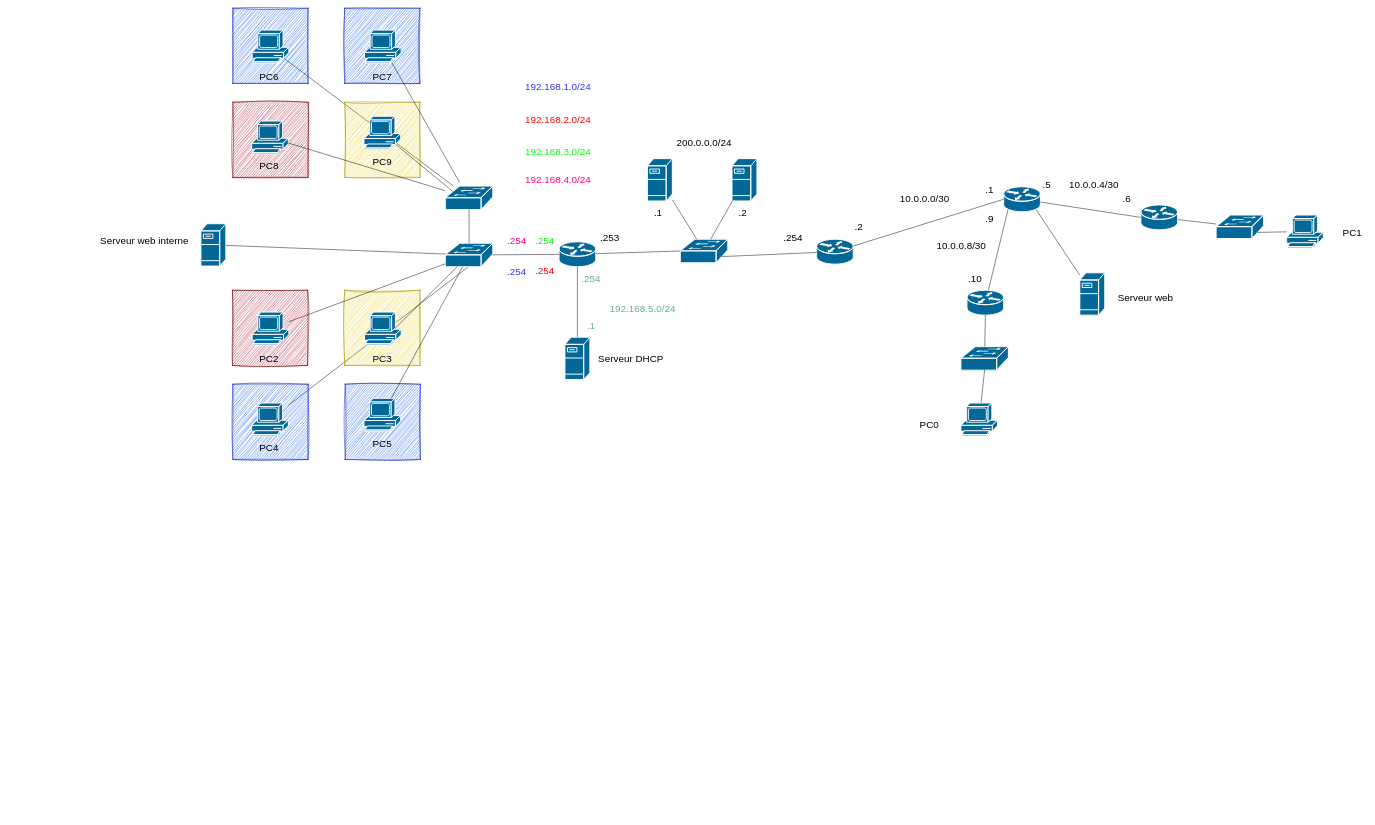
CamilleSchlegel/SAE21 keeps this draw.io diagram as schema.drawio. Above is the earlier version. Source tidied: cells renumbered, new cells numbered last; positions are measured from the earlier drawing's top-left corner, leaving out a move shared by most shapes. Both pictures are drawn from the tidied source at 47%, with x=0, y=0 at pixel (88, 8).
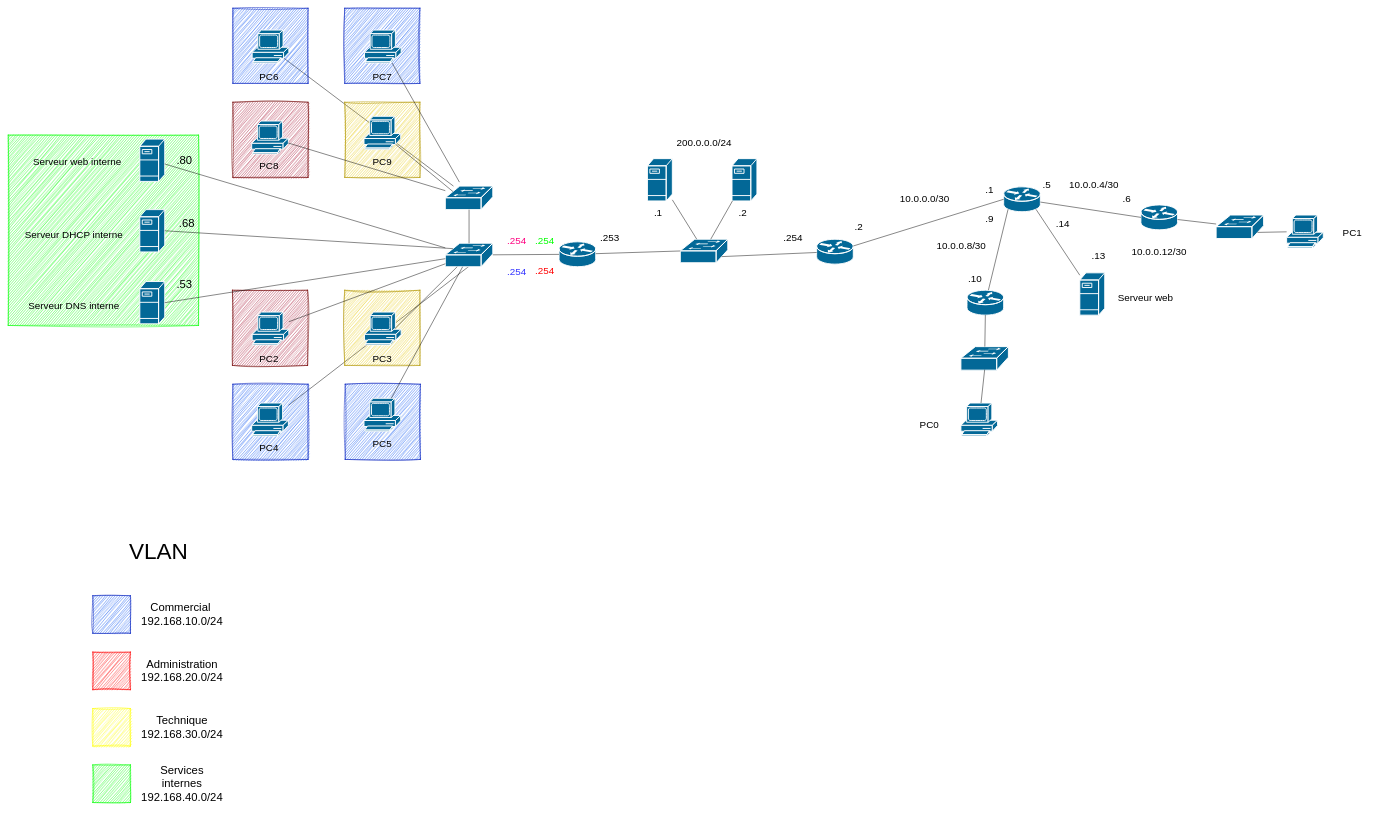
After the change.

Unchanged cells that the change refers to:
```xml
<mxCell id="14" style="shape=mxgraph.cisco.routers.router;sketch=0;html=1;dashed=0;fillColor=#036897;strokeColor=#ffffff;strokeWidth=2;verticalLabelPosition=bottom;verticalAlign=top;align=center;outlineConnect=0;" parent="1" vertex="1">
  <mxGeometry x="1002" y="497" width="78" height="53" as="geometry" />
</mxCell>
<mxCell id="15" style="shape=mxgraph.cisco.switches.workgroup_switch;sketch=0;html=1;dashed=0;fillColor=#036897;strokeColor=#ffffff;strokeWidth=2;verticalLabelPosition=bottom;verticalAlign=top;align=center;outlineConnect=0;" parent="1" vertex="1">
  <mxGeometry x="760" y="500" width="101" height="50" as="geometry" />
</mxCell>
```

What changed in the source:
```diff
@@
+    <mxCell id="97" style="whiteSpace=wrap;html=1;fillColor=#00FF00;strokeColor=#00FF00;rounded=0;glass=0;sketch=1;curveFitting=1;jiggle=2;fontColor=#ffffff;" parent="1" vertex="1">
+      <mxGeometry x="-170" y="270" width="405" height="405" as="geometry" />
+    </mxCell>
+    <mxCell id="98" style="rounded=0;whiteSpace=wrap;html=1;strokeColor=#FFFFFF;fontSize=48;fillColor=none;rotation=90;" parent="1" vertex="1">
+      <mxGeometry x="-150" y="1260" width="600" height="320" as="geometry" />
+    </mxCell>
@@
-    <mxCell id="56" style="shape=mxgraph.cisco.servers.fileserver;sketch=0;html=1;dashed=0;fillColor=#036897;strokeColor=#ffffff;strokeWidth=2;verticalLabelPosition=bottom;verticalAlign=top;align=center;outlineConnect=0;" parent="1" vertex="1">
-      <mxGeometry x="1014.5" y="700" width="53" height="90" as="geometry" />
-    </mxCell>
-    <mxCell id="57" style="endArrow=none;html=1;rounded=0;exitX=0.5;exitY=1;exitDx=0;exitDy=0;exitPerimeter=0;" parent="1" edge="1" source="14" target="56">
-      <mxGeometry relative="1" as="geometry" />
-    </mxCell>
-    <mxCell id="58" value="&lt;font style=&quot;font-size: 21px;&quot; color=&quot;#3333ff&quot;&gt;192.168.1.0/24&lt;/font&gt;" style="text;html=1;strokeColor=none;fillColor=none;align=center;verticalAlign=middle;whiteSpace=wrap;rounded=0;" parent="1" vertex="1">
-      <mxGeometry x="970" y="151.5" width="60" height="30" as="geometry" />
-    </mxCell>
@@
     <mxCell id="65" value="&lt;font style=&quot;font-size: 21px;&quot;&gt;Serveur web interne&lt;br&gt;&lt;/font&gt;" style="text;html=1;strokeColor=none;fillColor=none;align=center;verticalAlign=middle;whiteSpace=wrap;rounded=0;" parent="1" vertex="1">
-      <mxGeometry y="480" width="240" height="30" as="geometry" />
+      <mxGeometry x="-143" y="310" width="240" height="30" as="geometry" />
     </mxCell>
-    <mxCell id="66" value="&lt;font style=&quot;font-size: 21px;&quot; color=&quot;#ff0000&quot;&gt;192.168.2.0/24&lt;/font&gt;" style="text;html=1;strokeColor=none;fillColor=none;align=center;verticalAlign=middle;whiteSpace=wrap;rounded=0;" parent="1" vertex="1">
-      <mxGeometry x="970" y="221.5" width="60" height="30" as="geometry" />
-    </mxCell>
-    <mxCell id="67" value="&lt;font style=&quot;font-size: 21px;&quot; color=&quot;#00ff00&quot;&gt;192.168.3.0/24&lt;/font&gt;" style="text;html=1;strokeColor=none;fillColor=none;align=center;verticalAlign=middle;whiteSpace=wrap;rounded=0;" parent="1" vertex="1">
-      <mxGeometry x="970" y="290" width="60" height="30" as="geometry" />
-    </mxCell>
@@
-    <mxCell id="71" value="&lt;font style=&quot;font-size: 21px;&quot; color=&quot;#ff0080&quot;&gt;192.168.4.0/24&lt;/font&gt;" style="text;html=1;strokeColor=none;fillColor=none;align=center;verticalAlign=middle;whiteSpace=wrap;rounded=0;" parent="1" vertex="1">
-      <mxGeometry x="970" y="350" width="60" height="30" as="geometry" />
-    </mxCell>
@@
-    <mxCell id="73" value="&lt;font style=&quot;font-size: 21px;&quot;&gt;Serveur DHCP&lt;/font&gt;" style="text;html=1;strokeColor=none;fillColor=none;align=center;verticalAlign=middle;whiteSpace=wrap;rounded=0;" parent="1" vertex="1">
-      <mxGeometry x="1050" y="730" width="210" height="30" as="geometry" />
-    </mxCell>
     <mxCell id="74" style="shape=mxgraph.cisco.servers.fileserver;sketch=0;html=1;dashed=0;fillColor=#036897;strokeColor=#ffffff;strokeWidth=2;verticalLabelPosition=bottom;verticalAlign=top;align=center;outlineConnect=0;" parent="1" vertex="1">
-      <mxGeometry x="240" y="458.5" width="53" height="90" as="geometry" />
+      <mxGeometry x="110" y="278.5" width="53" height="90" as="geometry" />
     </mxCell>
@@
-    <mxCell id="76" value="&lt;font style=&quot;font-size: 21px;&quot; color=&quot;#67ab9f&quot;&gt;192.168.5.0/24&lt;/font&gt;" style="text;html=1;strokeColor=none;fillColor=none;align=center;verticalAlign=middle;whiteSpace=wrap;rounded=0;" parent="1" vertex="1">
-      <mxGeometry x="1150" y="623" width="60" height="30" as="geometry" />
-    </mxCell>
-    <mxCell id="77" value="&lt;font style=&quot;font-size: 21px;&quot; color=&quot;#67ab9f&quot;&gt;.1&lt;/font&gt;" style="text;html=1;strokeColor=none;fillColor=none;align=center;verticalAlign=middle;whiteSpace=wrap;rounded=0;" parent="1" vertex="1">
-      <mxGeometry x="1040" y="660" width="60" height="30" as="geometry" />
-    </mxCell>
-    <mxCell id="78" value="&lt;font style=&quot;font-size: 21px;&quot; color=&quot;#67ab9f&quot;&gt;.254&lt;/font&gt;" style="text;html=1;strokeColor=none;fillColor=none;align=center;verticalAlign=middle;whiteSpace=wrap;rounded=0;" parent="1" vertex="1">
-      <mxGeometry x="1040" y="560" width="60" height="30" as="geometry" />
-    </mxCell>
@@
+    <mxCell id="99" style="whiteSpace=wrap;html=1;fillColor=#0050ef;strokeColor=#001DBC;rounded=0;glass=0;sketch=1;curveFitting=1;jiggle=2;fontColor=#ffffff;" parent="1" vertex="1">
+      <mxGeometry x="10" y="1250" width="80" height="80" as="geometry" />
+    </mxCell>
+    <mxCell id="100" value="&lt;font style=&quot;font-size: 24px;&quot;&gt;Commercial&amp;nbsp;&lt;br&gt;192.168.10.0/24&lt;/font&gt;" style="text;html=1;strokeColor=none;fillColor=none;align=center;verticalAlign=middle;whiteSpace=wrap;rounded=0;" parent="1" vertex="1">
+      <mxGeometry x="170" y="1275" width="60" height="30" as="geometry" />
+    </mxCell>
+    <mxCell id="101" style="whiteSpace=wrap;html=1;fillColor=#FF0000;strokeColor=#FF0000;rounded=0;glass=0;sketch=1;curveFitting=1;jiggle=2;fontColor=#ffffff;" parent="1" vertex="1">
+      <mxGeometry x="10" y="1370" width="80" height="80" as="geometry" />
+    </mxCell>
+    <mxCell id="102" value="&lt;font style=&quot;font-size: 24px;&quot;&gt;Administration&lt;br&gt;192.168.20.0/24&lt;/font&gt;" style="text;html=1;strokeColor=none;fillColor=none;align=center;verticalAlign=middle;whiteSpace=wrap;rounded=0;" parent="1" vertex="1">
+      <mxGeometry x="170" y="1395" width="60" height="30" as="geometry" />
+    </mxCell>
+    <mxCell id="103" style="whiteSpace=wrap;html=1;fillColor=#FFFF00;strokeColor=#FFFF00;rounded=0;glass=0;sketch=1;curveFitting=1;jiggle=2;fontColor=#ffffff;" parent="1" vertex="1">
+      <mxGeometry x="10" y="1490" width="80" height="80" as="geometry" />
+    </mxCell>
+    <mxCell id="104" value="&lt;font style=&quot;font-size: 24px;&quot;&gt;Technique&lt;br&gt;192.168.30.0/24&lt;/font&gt;" style="text;html=1;strokeColor=none;fillColor=none;align=center;verticalAlign=middle;whiteSpace=wrap;rounded=0;" parent="1" vertex="1">
+      <mxGeometry x="170" y="1515" width="60" height="30" as="geometry" />
+    </mxCell>
+    <mxCell id="105" style="whiteSpace=wrap;html=1;fillColor=#00FF00;strokeColor=#00FF00;rounded=0;glass=0;sketch=1;curveFitting=1;jiggle=2;fontColor=#ffffff;" parent="1" vertex="1">
+      <mxGeometry x="10" y="1610" width="80" height="80" as="geometry" />
+    </mxCell>
+    <mxCell id="106" value="&lt;font style=&quot;font-size: 24px;&quot;&gt;Services internes&lt;br&gt;192.168.40.0/24&lt;/font&gt;" style="text;html=1;strokeColor=none;fillColor=none;align=center;verticalAlign=middle;whiteSpace=wrap;rounded=0;" parent="1" vertex="1">
+      <mxGeometry x="170" y="1635" width="60" height="30" as="geometry" />
+    </mxCell>
+    <mxCell id="107" value="&lt;font style=&quot;font-size: 48px;&quot;&gt;VLAN&lt;/font&gt;" style="text;html=1;strokeColor=none;fillColor=none;align=center;verticalAlign=middle;whiteSpace=wrap;rounded=0;fontSize=24;" parent="1" vertex="1">
+      <mxGeometry x="120" y="1140" width="60" height="30" as="geometry" />
+    </mxCell>
+    <mxCell id="108" style="shape=mxgraph.cisco.servers.fileserver;sketch=0;html=1;dashed=0;fillColor=#036897;strokeColor=#ffffff;strokeWidth=2;verticalLabelPosition=bottom;verticalAlign=top;align=center;outlineConnect=0;" parent="1" vertex="1">
+      <mxGeometry x="110" y="581.5" width="53" height="90" as="geometry" />
+    </mxCell>
+    <mxCell id="109" value="&lt;font style=&quot;font-size: 21px;&quot;&gt;Serveur DHCP interne&lt;br&gt;&lt;/font&gt;" style="text;html=1;strokeColor=none;fillColor=none;align=center;verticalAlign=middle;whiteSpace=wrap;rounded=0;" parent="1" vertex="1">
+      <mxGeometry x="-150" y="467" width="240" height="30" as="geometry" />
+    </mxCell>
+    <mxCell id="110" style="endArrow=none;html=1;fontSize=48;exitX=1;exitY=0.5;exitDx=0;exitDy=0;exitPerimeter=0;" parent="1" edge="1" source="108" target="15">
+      <mxGeometry relative="1" as="geometry" />
+    </mxCell>
+    <mxCell id="111" style="shape=mxgraph.cisco.servers.fileserver;sketch=0;html=1;dashed=0;fillColor=#036897;strokeColor=#ffffff;strokeWidth=2;verticalLabelPosition=bottom;verticalAlign=top;align=center;outlineConnect=0;" parent="1" vertex="1">
+      <mxGeometry x="110" y="428.5" width="53" height="90" as="geometry" />
+    </mxCell>
+    <mxCell id="112" style="endArrow=none;html=1;fontSize=48;entryX=0.16;entryY=0.23;entryDx=0;entryDy=0;entryPerimeter=0;startArrow=none;exitX=1;exitY=0.5;exitDx=0;exitDy=0;exitPerimeter=0;" parent="1" edge="1" source="111" target="15">
+      <mxGeometry relative="1" as="geometry" />
+    </mxCell>
+    <mxCell id="113" value="&lt;font style=&quot;font-size: 21px;&quot;&gt;Serveur DNS interne&lt;br&gt;&lt;/font&gt;" style="text;html=1;strokeColor=none;fillColor=none;align=center;verticalAlign=middle;whiteSpace=wrap;rounded=0;" parent="1" vertex="1">
+      <mxGeometry x="-150" y="616.5" width="240" height="30" as="geometry" />
+    </mxCell>
+    <mxCell id="114" value="&lt;font style=&quot;font-size: 24px;&quot;&gt;.80&lt;/font&gt;" style="text;html=1;strokeColor=none;fillColor=none;align=center;verticalAlign=middle;whiteSpace=wrap;rounded=0;fontSize=48;" parent="1" vertex="1">
+      <mxGeometry x="175" y="300" width="60" height="30" as="geometry" />
+    </mxCell>
+    <mxCell id="115" value="&lt;font style=&quot;font-size: 24px;&quot;&gt;.53&lt;/font&gt;" style="text;html=1;strokeColor=none;fillColor=none;align=center;verticalAlign=middle;whiteSpace=wrap;rounded=0;fontSize=48;" parent="1" vertex="1">
+      <mxGeometry x="175" y="563" width="60" height="30" as="geometry" />
+    </mxCell>
+    <mxCell id="116" value="&lt;font style=&quot;font-size: 24px;&quot;&gt;.68&lt;/font&gt;" style="text;html=1;strokeColor=none;fillColor=none;align=center;verticalAlign=middle;whiteSpace=wrap;rounded=0;fontSize=48;" parent="1" vertex="1">
+      <mxGeometry x="180" y="433" width="60" height="30" as="geometry" />
+    </mxCell>
+    <mxCell id="117" value="&lt;font style=&quot;font-size: 21px;&quot;&gt;10.0.0.12/30&lt;/font&gt;" style="text;html=1;strokeColor=none;fillColor=none;align=center;verticalAlign=middle;whiteSpace=wrap;rounded=0;" parent="1" vertex="1">
+      <mxGeometry x="2249" y="503" width="60" height="30" as="geometry" />
+    </mxCell>
+    <mxCell id="118" value="&lt;font style=&quot;font-size: 21px;&quot;&gt;.13&lt;/font&gt;" style="text;html=1;strokeColor=none;fillColor=none;align=center;verticalAlign=middle;whiteSpace=wrap;rounded=0;" parent="1" vertex="1">
+      <mxGeometry x="2120" y="510" width="60" height="30" as="geometry" />
+    </mxCell>
+    <mxCell id="119" value="&lt;font style=&quot;font-size: 21px;&quot;&gt;.14&lt;/font&gt;" style="text;html=1;strokeColor=none;fillColor=none;align=center;verticalAlign=middle;whiteSpace=wrap;rounded=0;" parent="1" vertex="1">
+      <mxGeometry x="2044" y="441.5" width="60" height="30" as="geometry" />
+    </mxCell>
```
